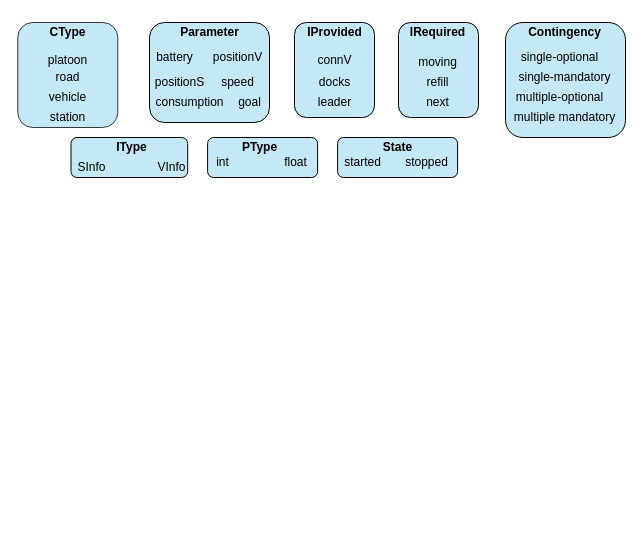
The draw.io diagram elem.drawio in jpgros/site-web, before the edit. Source tidied: cells renumbered, new cells numbered last; positions are measured from the earlier drawing's top-left corner, leaving out a move shared by most shapes. Both pictures are drawn from the tidied source at 100%, with x=0, y=0 at pixel (17, 22).
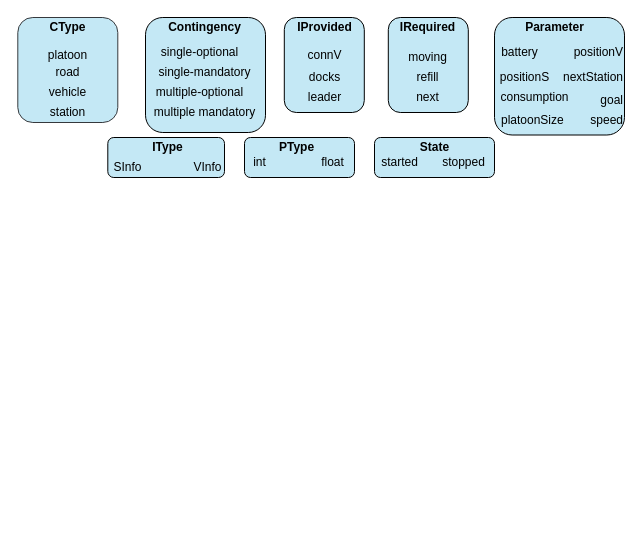
After the change.

The edit, as a diff of the source:
```diff
@@
     <mxCell id="2" style="rounded=1;whiteSpace=wrap;html=1;fillColor=#C4E8F5;" parent="1" vertex="1">
-      <mxGeometry x="190.1" y="115" width="110" height="40" as="geometry" />
+      <mxGeometry x="227" y="115" width="110" height="40" as="geometry" />
     </mxCell>
     <mxCell id="3" style="rounded=1;whiteSpace=wrap;html=1;fillColor=#C4E8F5;" parent="1" vertex="1">
-      <mxGeometry x="53.5" y="115" width="116.7" height="40" as="geometry" />
+      <mxGeometry x="90.3" y="115" width="116.7" height="40" as="geometry" />
     </mxCell>
     <mxCell id="4" style="rounded=1;whiteSpace=wrap;html=1;fillColor=#C4E8F5;" parent="1" vertex="1">
-      <mxGeometry x="132" width="120" height="100" as="geometry" />
+      <mxGeometry x="477" y="-5" width="130" height="117.5" as="geometry" />
     </mxCell>
     <mxCell id="5" style="rounded=1;whiteSpace=wrap;html=1;fillColor=#C4E8F5;" parent="1" vertex="1">
-      <mxGeometry x="277" width="80" height="95" as="geometry" />
+      <mxGeometry x="266.8" y="-5" width="80" height="95" as="geometry" />
     </mxCell>
     <mxCell id="6" style="rounded=1;whiteSpace=wrap;html=1;fillColor=#C4E8F5;" parent="1" vertex="1">
-      <mxGeometry x="381" width="80" height="95" as="geometry" />
+      <mxGeometry x="370.8" y="-5" width="80" height="95" as="geometry" />
     </mxCell>
     <mxCell id="7" style="rounded=1;whiteSpace=wrap;html=1;fillColor=#C4E8F5;" parent="1" vertex="1">
-      <mxGeometry x="488" width="120" height="115" as="geometry" />
+      <mxGeometry x="128" y="-5" width="120" height="115" as="geometry" />
     </mxCell>
     <mxCell id="8" style="rounded=1;whiteSpace=wrap;html=1;strokeColor=#36393d;fillColor=#C4E8F5;" parent="1" vertex="1">
-      <mxGeometry x="0.3" width="100" height="105" as="geometry" />
+      <mxGeometry x="0.3" y="-5" width="100" height="105" as="geometry" />
     </mxCell>
@@
     <mxCell id="10" value="single-optional" style="text;html=1;align=center;verticalAlign=middle;" parent="1" vertex="1">
-      <mxGeometry x="497" y="25" width="90" height="20" as="geometry" />
+      <mxGeometry x="137" y="20" width="90" height="20" as="geometry" />
     </mxCell>
     <mxCell id="11" value="single-mandatory" style="text;html=1;align=center;verticalAlign=middle;" parent="1" vertex="1">
-      <mxGeometry x="492" y="45" width="110" height="20" as="geometry" />
+      <mxGeometry x="132" y="40" width="110" height="20" as="geometry" />
     </mxCell>
     <mxCell id="12" value="multiple-optional" style="text;html=1;align=center;verticalAlign=middle;" parent="1" vertex="1">
-      <mxGeometry x="492" y="65" width="100" height="20" as="geometry" />
+      <mxGeometry x="132" y="60" width="100" height="20" as="geometry" />
     </mxCell>
     <mxCell id="13" value="multiple mandatory" style="text;html=1;align=center;verticalAlign=middle;" parent="1" vertex="1">
-      <mxGeometry x="487" y="85" width="120" height="20" as="geometry" />
+      <mxGeometry x="127" y="80" width="120" height="20" as="geometry" />
     </mxCell>
     <mxCell id="14" value="VInfo" style="text;html=1;align=center;verticalAlign=middle;" parent="1" vertex="1">
-      <mxGeometry x="133.5" y="135" width="40" height="20" as="geometry" />
+      <mxGeometry x="170.3" y="135" width="40" height="20" as="geometry" />
     </mxCell>
     <mxCell id="15" value="SInfo" style="text;html=1;align=center;verticalAlign=middle;" parent="1" vertex="1">
-      <mxGeometry x="53.5" y="135" width="40" height="20" as="geometry" />
+      <mxGeometry x="90.3" y="135" width="40" height="20" as="geometry" />
     </mxCell>
     <mxCell id="16" value="int" style="text;html=1;align=center;verticalAlign=middle;" parent="1" vertex="1">
-      <mxGeometry x="190.1" y="130" width="30" height="20" as="geometry" />
+      <mxGeometry x="227" y="130" width="30" height="20" as="geometry" />
     </mxCell>
     <mxCell id="17" value="float" style="text;html=1;align=center;verticalAlign=middle;" parent="1" vertex="1">
-      <mxGeometry x="258.1" y="130" width="40" height="20" as="geometry" />
+      <mxGeometry x="295" y="130" width="40" height="20" as="geometry" />
     </mxCell>
     <mxCell id="18" value="battery" style="text;html=1;align=center;verticalAlign=middle;" parent="1" vertex="1">
-      <mxGeometry x="132" y="25" width="50" height="20" as="geometry" />
+      <mxGeometry x="477" y="20" width="50" height="20" as="geometry" />
     </mxCell>
     <mxCell id="19" value="positionS" style="text;html=1;align=center;verticalAlign=middle;" parent="1" vertex="1">
-      <mxGeometry x="132" y="50" width="60" height="20" as="geometry" />
+      <mxGeometry x="477" y="45" width="60" height="20" as="geometry" />
     </mxCell>
-    <mxCell id="20" value="positionV" style="text;html=1;align=center;verticalAlign=middle;" parent="1" vertex="1">
-      <mxGeometry x="190" y="25" width="60" height="20" as="geometry" />
+    <mxCell id="20" value="positionV" style="text;html=1;align=right;verticalAlign=middle;" parent="1" vertex="1">
+      <mxGeometry x="547" y="20" width="60" height="20" as="geometry" />
     </mxCell>
-    <mxCell id="21" value="speed" style="text;html=1;align=center;verticalAlign=middle;" parent="1" vertex="1">
-      <mxGeometry x="195" y="50" width="50" height="20" as="geometry" />
+    <mxCell id="21" value="speed" style="text;html=1;align=right;verticalAlign=middle;" parent="1" vertex="1">
+      <mxGeometry x="557" y="87.5" width="50" height="20" as="geometry" />
     </mxCell>
-    <mxCell id="22" value="goal" style="text;html=1;align=center;verticalAlign=middle;" parent="1" vertex="1">
-      <mxGeometry x="212" y="70" width="40" height="20" as="geometry" />
+    <mxCell id="22" value="goal" style="text;html=1;align=right;verticalAlign=middle;" parent="1" vertex="1">
+      <mxGeometry x="567" y="67.5" width="40" height="20" as="geometry" />
     </mxCell>
     <mxCell id="23" value="consumption" style="text;html=1;align=center;verticalAlign=middle;" parent="1" vertex="1">
-      <mxGeometry x="132" y="70" width="80" height="20" as="geometry" />
+      <mxGeometry x="477" y="65" width="80" height="20" as="geometry" />
     </mxCell>
     <mxCell id="24" value="&lt;b&gt;CType&lt;/b&gt;" style="text;html=1;align=center;verticalAlign=middle;" parent="1" vertex="1">
-      <mxGeometry x="25.3" width="50" height="20" as="geometry" />
+      <mxGeometry x="25.3" y="-5" width="50" height="20" as="geometry" />
     </mxCell>
     <mxCell id="25" value="&lt;b&gt;Contingency&lt;/b&gt;" style="text;html=1;align=center;verticalAlign=middle;" parent="1" vertex="1">
-      <mxGeometry x="502" width="90" height="20" as="geometry" />
+      <mxGeometry x="142" y="-5" width="90" height="20" as="geometry" />
     </mxCell>
     <mxCell id="26" value="&lt;b&gt;IRequired&lt;/b&gt;" style="text;html=1;align=center;verticalAlign=middle;" parent="1" vertex="1">
-      <mxGeometry x="385.1" width="70" height="20" as="geometry" />
+      <mxGeometry x="374.9" y="-5" width="70" height="20" as="geometry" />
     </mxCell>
     <mxCell id="27" value="&lt;b&gt;IProvided&lt;/b&gt;" style="text;html=1;align=center;verticalAlign=middle;" parent="1" vertex="1">
-      <mxGeometry x="282" width="70" height="20" as="geometry" />
+      <mxGeometry x="271.8" y="-5" width="70" height="20" as="geometry" />
     </mxCell>
     <mxCell id="28" value="&lt;b&gt;Parameter&lt;/b&gt;" style="text;html=1;align=center;verticalAlign=middle;" parent="1" vertex="1">
-      <mxGeometry x="157" width="70" height="20" as="geometry" />
+      <mxGeometry x="502" y="-5" width="70" height="20" as="geometry" />
     </mxCell>
     <mxCell id="29" value="&lt;b&gt;IType&lt;/b&gt;" style="text;html=1;align=center;verticalAlign=middle;" parent="1" vertex="1">
-      <mxGeometry x="88.5" y="115" width="50" height="20" as="geometry" />
+      <mxGeometry x="125.3" y="115" width="50" height="20" as="geometry" />
     </mxCell>
     <mxCell id="30" value="&lt;b&gt;PType&lt;/b&gt;" style="text;html=1;align=center;verticalAlign=middle;" parent="1" vertex="1">
-      <mxGeometry x="216.8" y="115" width="50" height="20" as="geometry" />
+      <mxGeometry x="253.7" y="115" width="50" height="20" as="geometry" />
     </mxCell>
     <mxCell id="31" style="rounded=1;whiteSpace=wrap;html=1;fillColor=#C4E8F5;" parent="1" vertex="1">
-      <mxGeometry x="320.1" y="115" width="120" height="40" as="geometry" />
+      <mxGeometry x="357" y="115" width="120" height="40" as="geometry" />
     </mxCell>
     <mxCell id="32" value="&lt;font style=&quot;font-size: 12px&quot;&gt;&lt;b&gt;State&lt;/b&gt;&lt;/font&gt;" style="text;html=1;align=center;verticalAlign=middle;" parent="1" vertex="1">
-      <mxGeometry x="360.1" y="115" width="40" height="20" as="geometry" />
+      <mxGeometry x="397" y="115" width="40" height="20" as="geometry" />
     </mxCell>
     <mxCell id="33" value="&lt;div&gt;road&lt;/div&gt;" style="text;html=1;align=center;verticalAlign=middle;" parent="1" vertex="1">
-      <mxGeometry x="30.3" y="45" width="40" height="20" as="geometry" />
+      <mxGeometry x="30.3" y="40" width="40" height="20" as="geometry" />
     </mxCell>
     <mxCell id="34" value="vehicle" style="text;html=1;align=center;verticalAlign=middle;" parent="1" vertex="1">
-      <mxGeometry x="25.3" y="65" width="50" height="20" as="geometry" />
+      <mxGeometry x="25.3" y="60" width="50" height="20" as="geometry" />
     </mxCell>
     <mxCell id="35" value="&lt;div&gt;platoon&lt;/div&gt;" style="text;html=1;align=center;verticalAlign=middle;" parent="1" vertex="1">
-      <mxGeometry x="25.3" y="27.5" width="50" height="20" as="geometry" />
+      <mxGeometry x="25.3" y="22.5" width="50" height="20" as="geometry" />
     </mxCell>
     <mxCell id="36" value="station" style="text;html=1;align=center;verticalAlign=middle;" parent="1" vertex="1">
-      <mxGeometry x="25.3" y="85" width="50" height="20" as="geometry" />
+      <mxGeometry x="25.3" y="80" width="50" height="20" as="geometry" />
     </mxCell>
     <mxCell id="37" value="started" style="text;html=1;align=center;verticalAlign=middle;" parent="1" vertex="1">
-      <mxGeometry x="320.1" y="130" width="50" height="20" as="geometry" />
+      <mxGeometry x="357" y="130" width="50" height="20" as="geometry" />
     </mxCell>
     <mxCell id="38" value="stopped" style="text;html=1;align=center;verticalAlign=middle;" parent="1" vertex="1">
-      <mxGeometry x="378.9" y="130" width="60" height="20" as="geometry" />
+      <mxGeometry x="415.8" y="130" width="60" height="20" as="geometry" />
     </mxCell>
     <mxCell id="39" value="moving" style="text;html=1;align=center;verticalAlign=middle;" parent="1" vertex="1">
-      <mxGeometry x="395.1" y="30" width="50" height="20" as="geometry" />
+      <mxGeometry x="384.9" y="25" width="50" height="20" as="geometry" />
     </mxCell>
     <mxCell id="40" value="refill" style="text;html=1;align=center;verticalAlign=middle;" parent="1" vertex="1">
-      <mxGeometry x="400.1" y="50" width="40" height="20" as="geometry" />
+      <mxGeometry x="389.9" y="45" width="40" height="20" as="geometry" />
     </mxCell>
     <mxCell id="41" value="&lt;div&gt;next&lt;/div&gt;" style="text;html=1;align=center;verticalAlign=middle;" parent="1" vertex="1">
-      <mxGeometry x="400.1" y="70" width="40" height="20" as="geometry" />
+      <mxGeometry x="389.9" y="65" width="40" height="20" as="geometry" />
     </mxCell>
     <mxCell id="42" value="leader" style="text;html=1;align=center;verticalAlign=middle;" parent="1" vertex="1">
-      <mxGeometry x="292" y="70" width="50" height="20" as="geometry" />
+      <mxGeometry x="281.8" y="65" width="50" height="20" as="geometry" />
     </mxCell>
     <mxCell id="43" value="connV" style="text;html=1;align=center;verticalAlign=middle;" parent="1" vertex="1">
-      <mxGeometry x="292" y="27.5" width="50" height="20" as="geometry" />
+      <mxGeometry x="281.8" y="22.5" width="50" height="20" as="geometry" />
     </mxCell>
     <mxCell id="44" value="docks" style="text;html=1;align=center;verticalAlign=middle;" parent="1" vertex="1">
-      <mxGeometry x="292" y="50" width="50" height="20" as="geometry" />
+      <mxGeometry x="281.8" y="45" width="50" height="20" as="geometry" />
     </mxCell>
+    <mxCell id="45" value="platoonSize" style="text;html=1;align=left;verticalAlign=middle;" parent="1" vertex="1">
+      <mxGeometry x="482" y="87.5" width="80" height="20" as="geometry" />
+    </mxCell>
+    <mxCell id="46" value="nextStation" style="text;html=1;align=right;verticalAlign=middle;" parent="1" vertex="1">
+      <mxGeometry x="527" y="45" width="80" height="20" as="geometry" />
+    </mxCell>
```
